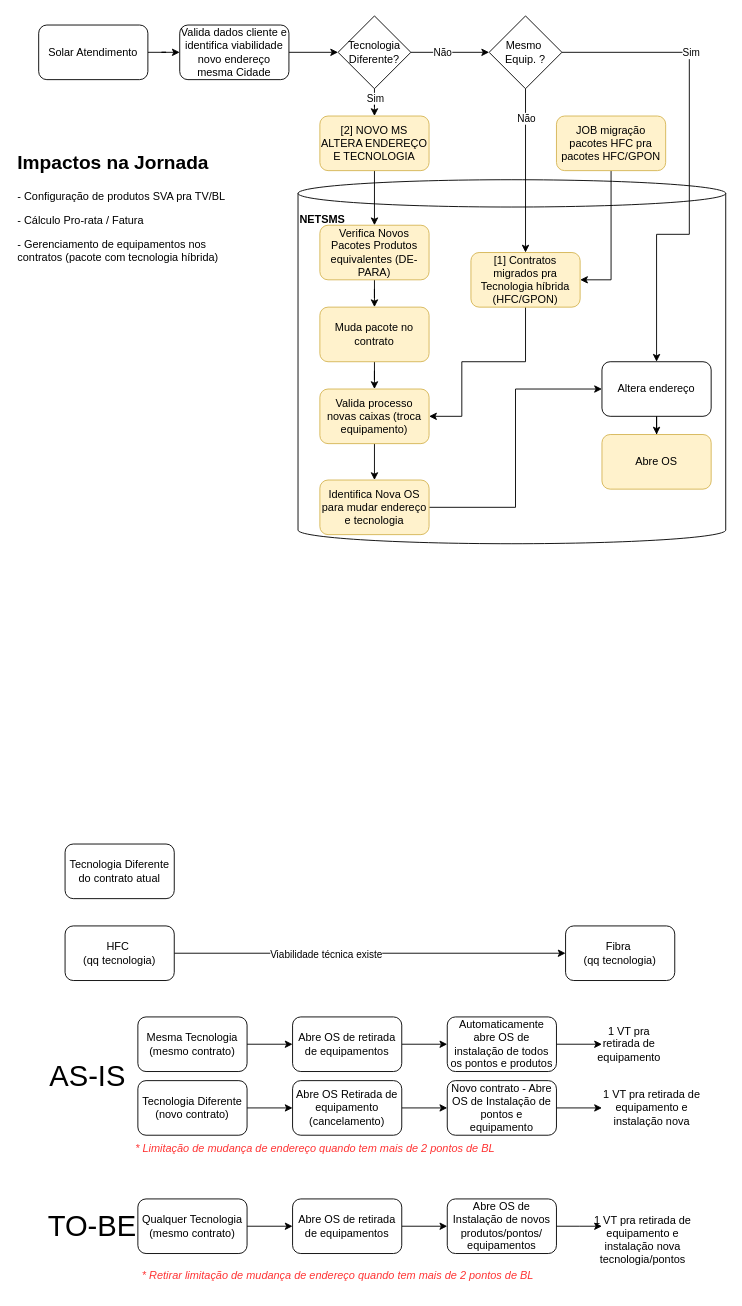
Earlier version of the draw.io diagram page "v2" (2 of 2) of 120813_128657-MUDANÇA DE ENDEREÇO PARA ÁREA HÍBRIDA.drawio (samirali/ClaroBrasil). Source tidied: cells renumbered, new cells numbered last; positions are measured from the earlier drawing's top-left corner, leaving out a move shared by most shapes. Both pictures are drawn from the tidied source at 91%, with x=0, y=0 at pixel (15, 15).
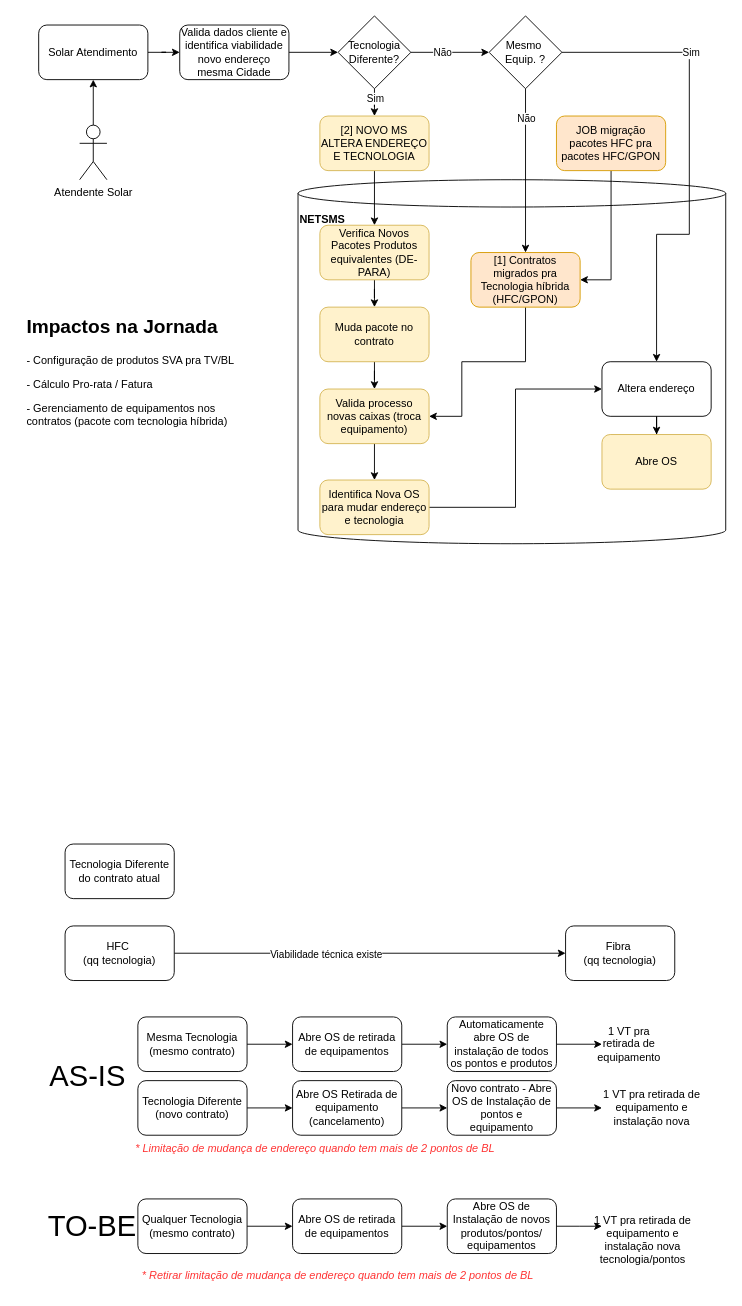
Above is the later version.

The change refers to these unchanged cells:
```xml
<mxCell id="33" value="Solar Atendimento" style="rounded=1;whiteSpace=wrap;html=1;" parent="1" vertex="1">
  <mxGeometry x="25" y="10" width="120" height="60" as="geometry" />
</mxCell>
```

The edit, as a diff of the source:
```diff
@@
-    <mxCell id="59" value="[1] Contratos migrados pra Tecnologia híbrida (HFC/GPON)" style="rounded=1;whiteSpace=wrap;html=1;fillColor=#fff2cc;strokeColor=#d6b656;" parent="1" vertex="1">
+    <mxCell id="59" value="[1] Contratos migrados pra Tecnologia híbrida (HFC/GPON)" style="rounded=1;whiteSpace=wrap;html=1;fillColor=#ffe6cc;strokeColor=#d79b00;" parent="1" vertex="1">
       <mxGeometry x="500" y="260" width="120" height="60" as="geometry" />
     </mxCell>
@@
     <mxCell id="62" value="&lt;h1 style=&quot;margin-top: 0px;&quot;&gt;&lt;font style=&quot;font-size: 21px;&quot;&gt;Impactos na Jornada&lt;/font&gt;&lt;/h1&gt;&lt;p&gt;- Configuração de produtos SVA pra TV/BL&lt;/p&gt;&lt;p&gt;- Cálculo Pro-rata / Fatura&lt;/p&gt;&lt;p&gt;- Gerenciamento de equipamentos nos contratos (pacote com tecnologia híbrida)&lt;/p&gt;" style="text;html=1;whiteSpace=wrap;overflow=hidden;rounded=0;" parent="1" vertex="1">
-      <mxGeometry y="140" width="250" height="180" as="geometry" />
+      <mxGeometry x="10" y="320" width="250" height="180" as="geometry" />
     </mxCell>
@@
-    <mxCell id="64" value="JOB migração pacotes HFC pra pacotes HFC/GPON" style="rounded=1;whiteSpace=wrap;html=1;fillColor=#fff2cc;strokeColor=#d6b656;" parent="1" vertex="1">
+    <mxCell id="64" value="JOB migração pacotes HFC pra pacotes HFC/GPON" style="rounded=1;whiteSpace=wrap;html=1;fillColor=#ffe6cc;strokeColor=#d79b00;" parent="1" vertex="1">
       <mxGeometry x="594" y="110" width="120" height="60" as="geometry" />
     </mxCell>
+    <mxCell id="65" style="edgeStyle=orthogonalEdgeStyle;rounded=0;jettySize=auto;html=1;entryX=0.5;entryY=1;entryDx=0;entryDy=0;" parent="1" edge="1" source="66" target="33">
+      <mxGeometry relative="1" as="geometry" />
+    </mxCell>
+    <mxCell id="66" value="Atendente Solar" style="shape=umlActor;verticalLabelPosition=bottom;verticalAlign=top;html=1;outlineConnect=0;" parent="1" vertex="1">
+      <mxGeometry x="70" y="120" width="30" height="60" as="geometry" />
+    </mxCell>
```
